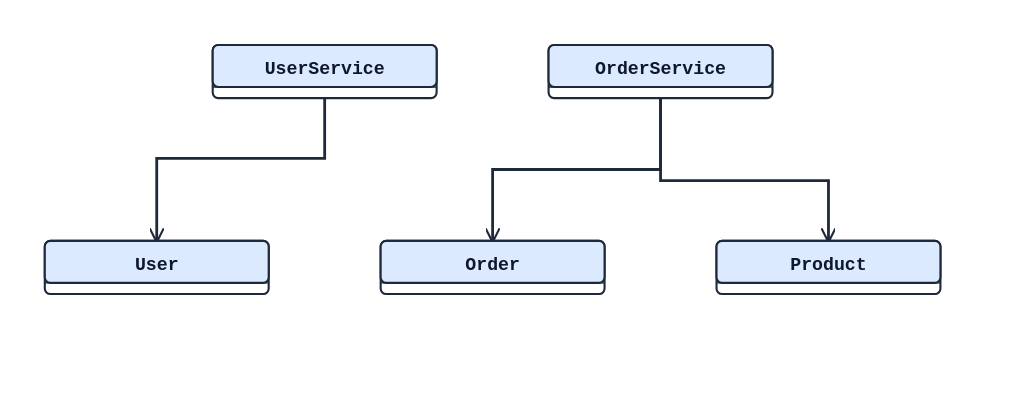
This is docs/examples/class/08_packages.svg from alliecatowo/puml, a PlantUML export, as it was before one commit. Its source is kept beside it as docs/examples/class/08_packages.puml. Its diagram source:
```plantuml
@startuml
class UserService
class OrderService
class User
class Order
class Product
UserService --> User
OrderService --> Order
OrderService --> Product
@enduml
```
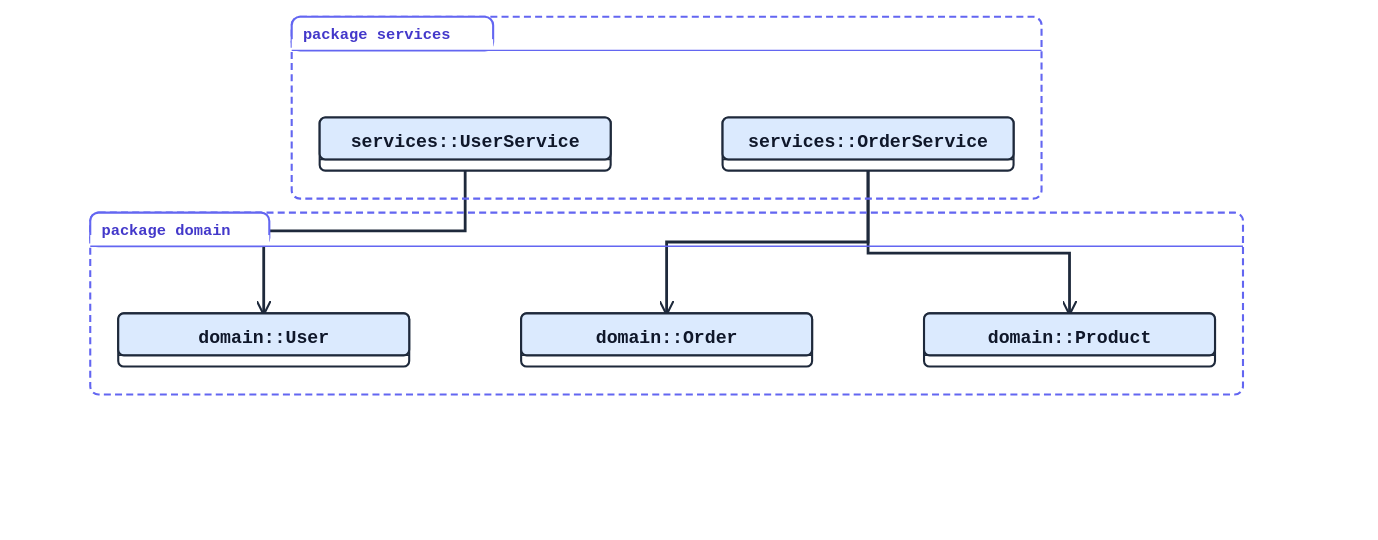
The same diagram one commit later.

Commit message:
wip(rescue): salvaged from worktree agent-af005bd09da48458d — activity routing + class package tests

What changed in the source:
```diff
@@ -1,9 +1,13 @@
 @startuml
-class UserService
-class OrderService
-class User
-class Order
-class Product
+package "services" {
+  class UserService
+  class OrderService
+}
+package "domain" {
+  class User
+  class Order
+  class Product
+}
 UserService --> User
 OrderService --> Order
 OrderService --> Product
```
